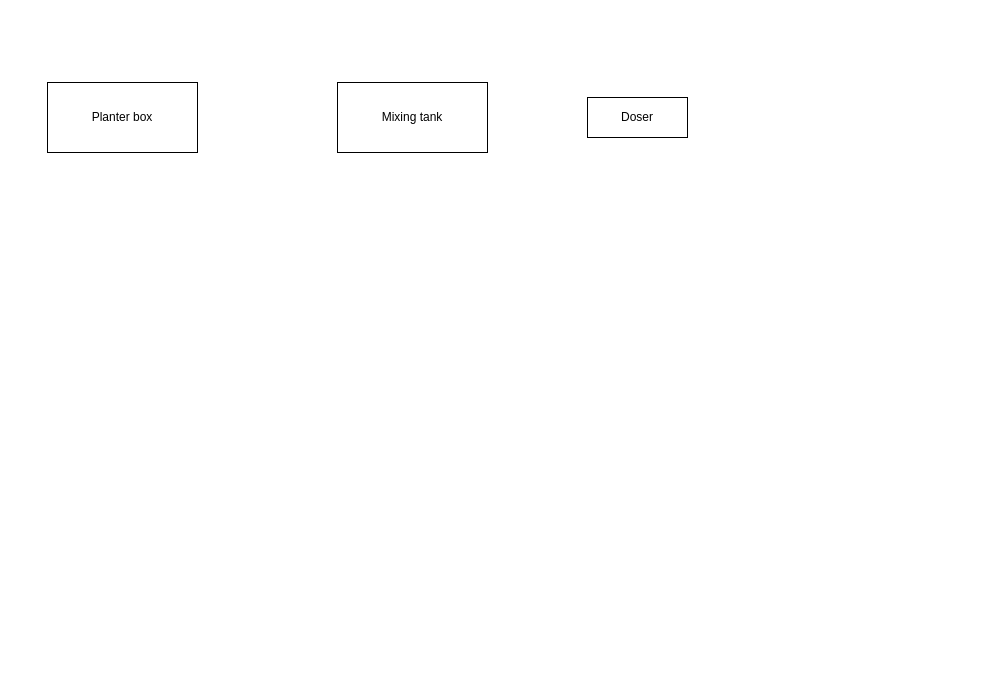
Above: Portable planter v1.drawio in eg4301/Agritech (draw.io), before the change. Source tidied: cells renumbered, new cells numbered last; positions are measured from the earlier drawing's top-left corner, leaving out a move shared by most shapes. Both pictures are drawn from the tidied source at 100%, with x=0, y=0 at pixel (47, 82).
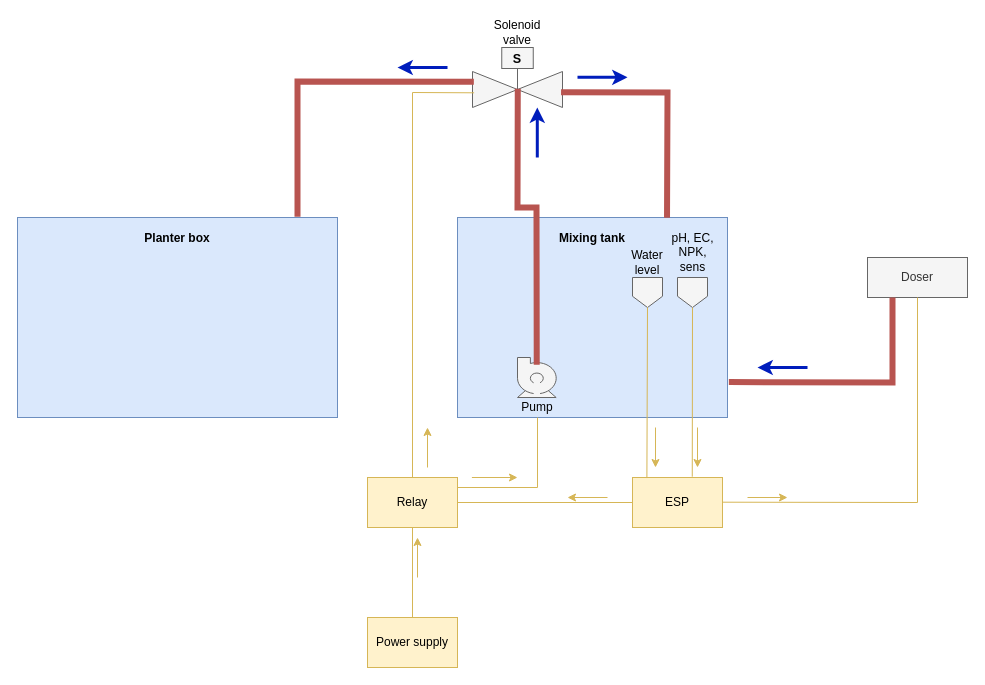
The same diagram, later.

Commit message (it also covers changes not shown here):
Added water level sensor code

What changed in the source:
```diff
@@
-    <mxCell id="2" value="Planter box" style="rounded=0;whiteSpace=wrap;html=1;" parent="1" vertex="1">
-      <mxGeometry width="150" height="70" as="geometry" />
+    <mxCell id="2" value="&lt;b&gt;Planter box&lt;/b&gt;&lt;br&gt;&lt;br&gt;&lt;br&gt;&lt;br&gt;&lt;br&gt;&lt;br&gt;&lt;br&gt;&lt;br&gt;&lt;br&gt;&lt;br&gt;&lt;br&gt;&lt;br&gt;" style="rounded=0;whiteSpace=wrap;html=1;fillColor=#dae8fc;strokeColor=#6c8ebf;" parent="1" vertex="1">
+      <mxGeometry x="-30" y="135" width="320" height="200" as="geometry" />
     </mxCell>
-    <mxCell id="3" value="Mixing tank" style="rounded=0;whiteSpace=wrap;html=1;" parent="1" vertex="1">
-      <mxGeometry x="290" width="150" height="70" as="geometry" />
+    <mxCell id="3" value="&lt;b&gt;Mixing tank&lt;/b&gt;&lt;br&gt;&lt;br&gt;&lt;br&gt;&lt;br&gt;&lt;br&gt;&lt;br&gt;&lt;br&gt;&lt;br&gt;&lt;br&gt;&lt;br&gt;&lt;br&gt;&lt;br&gt;" style="rounded=0;whiteSpace=wrap;html=1;fillColor=#dae8fc;strokeColor=#6c8ebf;" parent="1" vertex="1">
+      <mxGeometry x="410" y="135" width="270" height="200" as="geometry" />
     </mxCell>
-    <mxCell id="4" value="Doser" style="rounded=0;whiteSpace=wrap;html=1;" parent="1" vertex="1">
-      <mxGeometry x="540" y="15" width="100" height="40" as="geometry" />
+    <mxCell id="4" value="Doser" style="rounded=0;whiteSpace=wrap;html=1;fillColor=#f5f5f5;strokeColor=#666666;fontColor=#333333;" parent="1" vertex="1">
+      <mxGeometry x="820" y="175" width="100" height="40" as="geometry" />
     </mxCell>
+    <mxCell id="5" style="verticalLabelPosition=bottom;align=center;html=1;verticalAlign=top;dashed=0;shape=mxgraph.pid2valves.valve;valveType=gate;actuator=solenoid;fillColor=#f5f5f5;fontColor=#333333;strokeColor=#666666;" parent="1" vertex="1">
+      <mxGeometry x="425" y="-35" width="90" height="60" as="geometry" />
+    </mxCell>
+    <mxCell id="6" style="shape=mxgraph.pid.pumps.centrifugal_pump_2;html=1;align=center;verticalLabelPosition=bottom;verticalAlign=top;dashed=0;fillColor=#f5f5f5;fontColor=#333333;strokeColor=#666666;" parent="1" vertex="1">
+      <mxGeometry x="470" y="275" width="40" height="40" as="geometry" />
+    </mxCell>
+    <mxCell id="7" style="shape=offPageConnector;whiteSpace=wrap;html=1;fillColor=#f5f5f5;fontColor=#333333;strokeColor=#666666;" parent="1" vertex="1">
+      <mxGeometry x="585" y="195" width="30" height="30" as="geometry" />
+    </mxCell>
+    <mxCell id="8" style="shape=offPageConnector;whiteSpace=wrap;html=1;fillColor=#f5f5f5;fontColor=#333333;strokeColor=#666666;" parent="1" vertex="1">
+      <mxGeometry x="630" y="195" width="30" height="30" as="geometry" />
+    </mxCell>
+    <mxCell id="9" value="ESP" style="rounded=0;whiteSpace=wrap;html=1;fillColor=#fff2cc;strokeColor=#d6b656;" parent="1" vertex="1">
+      <mxGeometry x="585" y="395" width="90" height="50" as="geometry" />
+    </mxCell>
+    <mxCell id="10" value="Water level" style="text;html=1;strokeColor=none;fillColor=none;align=center;verticalAlign=middle;whiteSpace=wrap;rounded=0;" parent="1" vertex="1">
+      <mxGeometry x="570" y="165" width="60" height="30" as="geometry" />
+    </mxCell>
+    <mxCell id="11" value="pH, EC, NPK, sens" style="text;html=1;strokeColor=none;fillColor=none;align=center;verticalAlign=middle;whiteSpace=wrap;rounded=0;" parent="1" vertex="1">
+      <mxGeometry x="622.5" y="155" width="45" height="30" as="geometry" />
+    </mxCell>
+    <mxCell id="12" value="Relay" style="rounded=0;whiteSpace=wrap;html=1;fillColor=#fff2cc;strokeColor=#d6b656;" parent="1" vertex="1">
+      <mxGeometry x="320" y="395" width="90" height="50" as="geometry" />
+    </mxCell>
+    <mxCell id="13" value="Power supply" style="rounded=0;whiteSpace=wrap;html=1;fillColor=#fff2cc;strokeColor=#d6b656;" parent="1" vertex="1">
+      <mxGeometry x="320" y="535" width="90" height="50" as="geometry" />
+    </mxCell>
+    <mxCell id="14" style="endArrow=none;html=1;rounded=0;entryX=0.664;entryY=-0.016;entryDx=0;entryDy=0;exitX=0.5;exitY=1;exitDx=0;exitDy=0;entryPerimeter=0;fillColor=#fff2cc;strokeColor=#d6b656;" parent="1" edge="1" source="8" target="9">
+      <mxGeometry relative="1" as="geometry" />
+    </mxCell>
+    <mxCell id="15" style="endArrow=none;html=1;rounded=0;entryX=0.16;entryY=0.011;entryDx=0;entryDy=0;entryPerimeter=0;fillColor=#fff2cc;strokeColor=#d6b656;exitX=0.5;exitY=1;exitDx=0;exitDy=0;" parent="1" edge="1" source="7" target="9">
+      <mxGeometry relative="1" as="geometry" />
+    </mxCell>
+    <mxCell id="16" style="endArrow=none;html=1;rounded=0;entryX=0;entryY=0.5;entryDx=0;entryDy=0;exitX=1;exitY=0.5;exitDx=0;exitDy=0;fillColor=#fff2cc;strokeColor=#d6b656;" parent="1" edge="1" source="12" target="9">
+      <mxGeometry relative="1" as="geometry" />
+    </mxCell>
+    <mxCell id="17" style="endArrow=none;html=1;rounded=0;entryX=0.5;entryY=0;entryDx=0;entryDy=0;exitX=0.5;exitY=1;exitDx=0;exitDy=0;fillColor=#fff2cc;strokeColor=#d6b656;" parent="1" edge="1" source="12" target="13">
+      <mxGeometry relative="1" as="geometry" />
+    </mxCell>
+    <mxCell id="18" value="Pump" style="text;html=1;strokeColor=none;fillColor=none;align=center;verticalAlign=middle;whiteSpace=wrap;rounded=0;" parent="1" vertex="1">
+      <mxGeometry x="470" y="315" width="40" height="20" as="geometry" />
+    </mxCell>
+    <mxCell id="19" style="endArrow=none;html=1;rounded=0;fillColor=#fff2cc;strokeColor=#d6b656;entryX=0.5;entryY=1;entryDx=0;entryDy=0;" parent="1" edge="1" target="18">
+      <mxGeometry relative="1" as="geometry">
+        <mxPoint x="410" y="405" as="sourcePoint" />
+        <Array as="points">
+          <mxPoint x="490" y="405" />
+        </Array>
+      </mxGeometry>
+    </mxCell>
+    <mxCell id="20" style="endArrow=none;html=1;rounded=0;fillColor=#fff2cc;strokeColor=#d6b656;exitX=0.018;exitY=0.755;exitDx=0;exitDy=0;exitPerimeter=0;" parent="1" edge="1" source="5">
+      <mxGeometry relative="1" as="geometry">
+        <mxPoint x="365" y="395" as="targetPoint" />
+        <Array as="points">
+          <mxPoint x="365" y="10" />
+        </Array>
+      </mxGeometry>
+    </mxCell>
+    <mxCell id="21" style="endArrow=none;html=1;rounded=0;entryX=0.5;entryY=1;entryDx=0;entryDy=0;exitX=1;exitY=0.5;exitDx=0;exitDy=0;fillColor=#fff2cc;strokeColor=#d6b656;" parent="1" edge="1" target="4">
+      <mxGeometry relative="1" as="geometry">
+        <mxPoint x="675" y="419.7" as="sourcePoint" />
+        <Array as="points">
+          <mxPoint x="870" y="420" />
+        </Array>
+      </mxGeometry>
+    </mxCell>
+    <mxCell id="22" value="Solenoid valve" style="text;html=1;strokeColor=none;fillColor=none;align=center;verticalAlign=middle;whiteSpace=wrap;rounded=0;" parent="1" vertex="1">
+      <mxGeometry x="440" y="-65" width="60" height="30" as="geometry" />
+    </mxCell>
+    <mxCell id="23" style="endArrow=classic;html=1;rounded=0;endWidth=11.724137931034484;fillColor=#fff2cc;strokeColor=#d6b656;" parent="1" edge="1">
+      <mxGeometry relative="1" as="geometry">
+        <mxPoint x="700" y="415" as="sourcePoint" />
+        <mxPoint x="740" y="415" as="targetPoint" />
+      </mxGeometry>
+    </mxCell>
+    <mxCell id="24" style="endArrow=classic;html=1;rounded=0;endWidth=11.724137931034484;fillColor=#fff2cc;strokeColor=#d6b656;" parent="1" edge="1">
+      <mxGeometry relative="1" as="geometry">
+        <mxPoint x="650" y="345" as="sourcePoint" />
+        <mxPoint x="650" y="385" as="targetPoint" />
+      </mxGeometry>
+    </mxCell>
+    <mxCell id="25" style="endArrow=classic;html=1;rounded=0;endWidth=11.724137931034484;fillColor=#fff2cc;strokeColor=#d6b656;" parent="1" edge="1">
+      <mxGeometry relative="1" as="geometry">
+        <mxPoint x="608" y="345" as="sourcePoint" />
+        <mxPoint x="608" y="385" as="targetPoint" />
+      </mxGeometry>
+    </mxCell>
+    <mxCell id="26" style="endArrow=classic;html=1;rounded=0;endWidth=11.724137931034484;fillColor=#fff2cc;strokeColor=#d6b656;" parent="1" edge="1">
+      <mxGeometry relative="1" as="geometry">
+        <mxPoint x="560" y="415" as="sourcePoint" />
+        <mxPoint x="520" y="415" as="targetPoint" />
+      </mxGeometry>
+    </mxCell>
+    <mxCell id="27" style="endArrow=classic;html=1;rounded=0;endWidth=11.724137931034484;fillColor=#fff2cc;strokeColor=#d6b656;" parent="1" edge="1">
+      <mxGeometry relative="1" as="geometry">
+        <mxPoint x="370" y="495" as="sourcePoint" />
+        <mxPoint x="370" y="455" as="targetPoint" />
+      </mxGeometry>
+    </mxCell>
+    <mxCell id="28" style="endArrow=classic;html=1;rounded=0;endWidth=11.724137931034484;fillColor=#fff2cc;strokeColor=#d6b656;" parent="1" edge="1">
+      <mxGeometry relative="1" as="geometry">
+        <mxPoint x="424.4" y="395" as="sourcePoint" />
+        <mxPoint x="470" y="395" as="targetPoint" />
+      </mxGeometry>
+    </mxCell>
+    <mxCell id="29" style="endArrow=classic;html=1;rounded=0;endWidth=11.724137931034484;fillColor=#fff2cc;strokeColor=#d6b656;" parent="1" edge="1">
+      <mxGeometry relative="1" as="geometry">
+        <mxPoint x="380" y="385" as="sourcePoint" />
+        <mxPoint x="380" y="345" as="targetPoint" />
+      </mxGeometry>
+    </mxCell>
+    <mxCell id="30" style="endArrow=none;html=1;rounded=0;entryX=0.5;entryY=1;entryDx=0;entryDy=0;exitX=1.005;exitY=0.823;exitDx=0;exitDy=0;fillColor=#f8cecc;strokeColor=#b85450;strokeWidth=6;exitPerimeter=0;" parent="1" edge="1" source="3">
+      <mxGeometry relative="1" as="geometry">
+        <mxPoint x="845" y="215" as="targetPoint" />
+        <Array as="points">
+          <mxPoint x="845" y="300" />
+        </Array>
+      </mxGeometry>
+    </mxCell>
+    <mxCell id="31" style="endArrow=none;html=1;rounded=0;fillColor=#f8cecc;strokeColor=#b85450;strokeWidth=6;exitX=0.503;exitY=0.688;exitDx=0;exitDy=0;exitPerimeter=0;entryX=0.481;entryY=0.183;entryDx=0;entryDy=0;entryPerimeter=0;" parent="1" edge="1" source="5" target="6">
+      <mxGeometry relative="1" as="geometry">
+        <Array as="points">
+          <mxPoint x="470" y="125" />
+          <mxPoint x="489" y="125" />
+        </Array>
+      </mxGeometry>
+    </mxCell>
+    <mxCell id="32" style="endArrow=none;html=1;rounded=0;entryX=0.776;entryY=0.001;entryDx=0;entryDy=0;exitX=0.984;exitY=0.747;exitDx=0;exitDy=0;fillColor=#f8cecc;strokeColor=#b85450;strokeWidth=6;exitPerimeter=0;entryPerimeter=0;" parent="1" edge="1" source="5" target="3">
+      <mxGeometry relative="1" as="geometry">
+        <Array as="points">
+          <mxPoint x="620" y="10" />
+        </Array>
+      </mxGeometry>
+    </mxCell>
+    <mxCell id="33" style="endArrow=none;html=1;rounded=0;fillColor=#f8cecc;strokeColor=#b85450;strokeWidth=6;exitX=0.015;exitY=0.569;exitDx=0;exitDy=0;exitPerimeter=0;entryX=0.875;entryY=-0.004;entryDx=0;entryDy=0;entryPerimeter=0;" parent="1" edge="1" source="5" target="2">
+      <mxGeometry relative="1" as="geometry">
+        <Array as="points">
+          <mxPoint x="250" y="-1" />
+        </Array>
+      </mxGeometry>
+    </mxCell>
+    <mxCell id="34" style="endArrow=classic;html=1;rounded=0;endWidth=11.724137931034484;fillColor=#0050ef;strokeColor=#001DBC;strokeWidth=3;" parent="1" edge="1">
+      <mxGeometry relative="1" as="geometry">
+        <mxPoint x="760" y="285" as="sourcePoint" />
+        <mxPoint x="710" y="285" as="targetPoint" />
+      </mxGeometry>
+    </mxCell>
+    <mxCell id="35" style="endArrow=classic;html=1;rounded=0;endWidth=11.724137931034484;fillColor=#0050ef;strokeColor=#001DBC;strokeWidth=3;" parent="1" edge="1">
+      <mxGeometry relative="1" as="geometry">
+        <mxPoint x="530" y="-5.2" as="sourcePoint" />
+        <mxPoint x="580" y="-5.2" as="targetPoint" />
+      </mxGeometry>
+    </mxCell>
+    <mxCell id="36" style="endArrow=classic;html=1;rounded=0;endWidth=11.724137931034484;fillColor=#0050ef;strokeColor=#001DBC;strokeWidth=3;" parent="1" edge="1">
+      <mxGeometry relative="1" as="geometry">
+        <mxPoint x="400" y="-15" as="sourcePoint" />
+        <mxPoint x="350" y="-15" as="targetPoint" />
+      </mxGeometry>
+    </mxCell>
+    <mxCell id="37" style="endArrow=classic;html=1;rounded=0;endWidth=11.724137931034484;fillColor=#0050ef;strokeColor=#001DBC;strokeWidth=3;" parent="1" edge="1">
+      <mxGeometry relative="1" as="geometry">
+        <mxPoint x="489.8" y="75" as="sourcePoint" />
+        <mxPoint x="489.8" y="25" as="targetPoint" />
+      </mxGeometry>
+    </mxCell>
```
